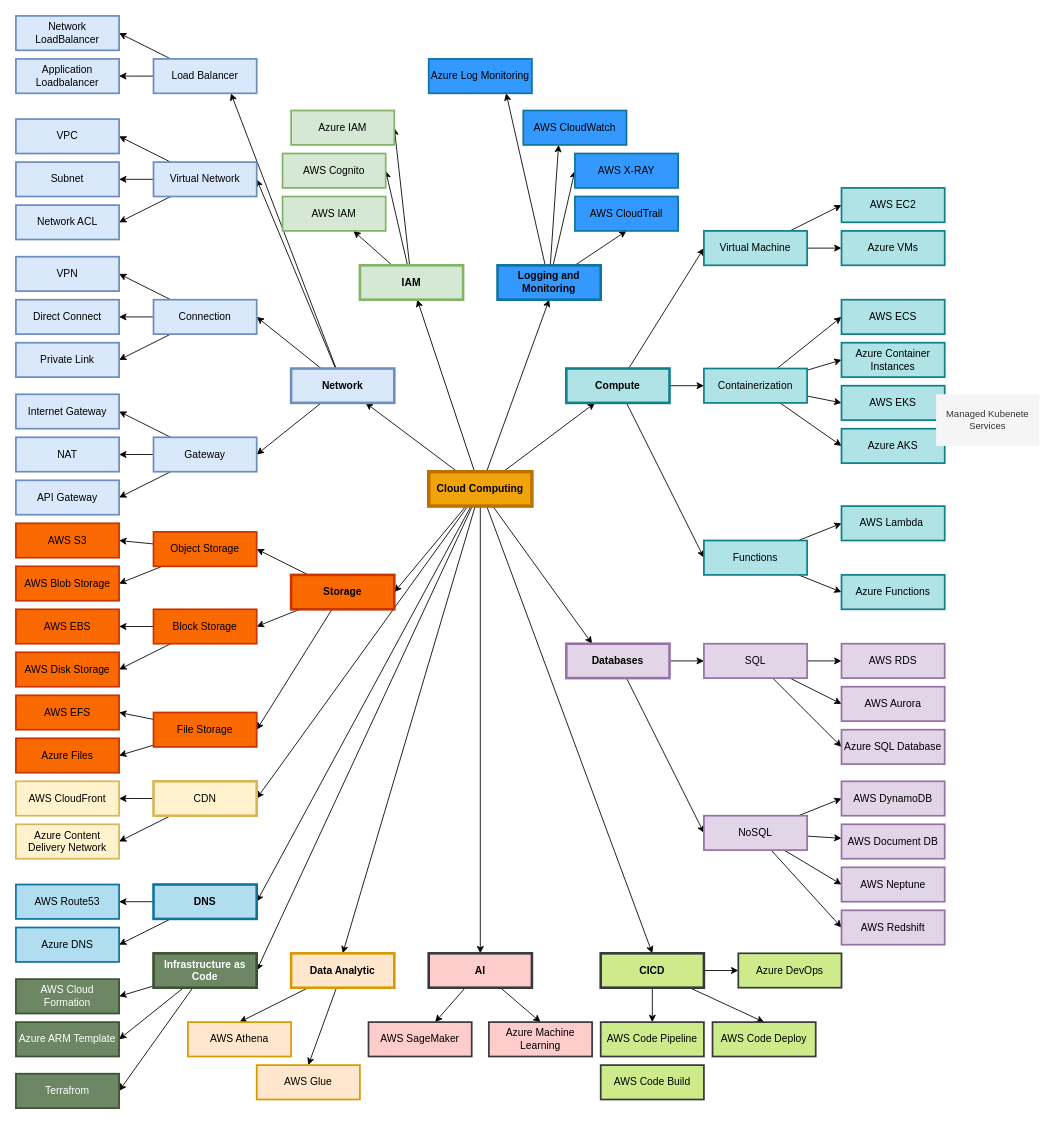
The draw.io diagram page "Cloud Services" (2 of 5) of cloud-computing.drawio in nashtech-vietvuhoang1/cloud-computing-intro, before the edit. Source tidied: cells renumbered, new cells numbered last; positions are measured from the earlier drawing's top-left corner, leaving out a move shared by most shapes. Both pictures are drawn from the tidied source at 86%, with x=0, y=0 at pixel (15, 15).
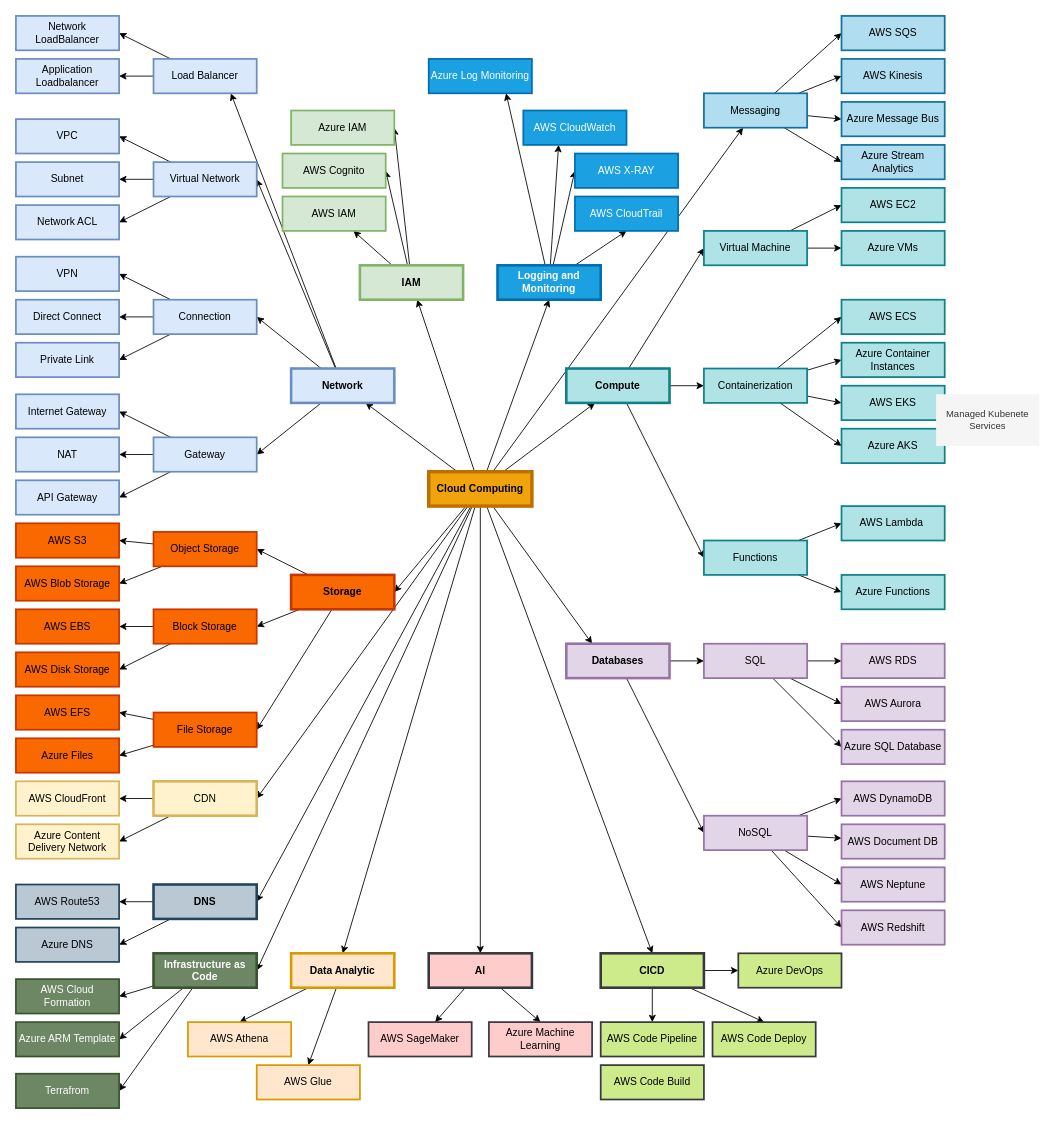
After the change.

Commit message (it also covers changes not shown here):
Update Cloud Services

The change refers to these unchanged cells:
```xml
<mxCell id="14" value="Cloud Computing" style="rounded=0;whiteSpace=wrap;html=1;strokeWidth=4;fillColor=#f0a30a;strokeColor=#BD7000;fontColor=#000000;fontStyle=1;" parent="1" vertex="1">
  <mxGeometry x="480" y="530" width="120" height="40" as="geometry" />
</mxCell>
```

Change to the diagram source:
```diff
@@
+    <mxCell id="159" style="rounded=0;jettySize=auto;html=1;" parent="1" edge="1" source="14" target="164">
+      <mxGeometry relative="1" as="geometry" />
+    </mxCell>
@@
-    <mxCell id="99" value="Logging and Monitoring" style="rounded=0;whiteSpace=wrap;html=1;strokeWidth=3;fillColor=#3399FF;strokeColor=#10739e;fontStyle=1;" parent="1" vertex="1">
+    <mxCell id="99" value="Logging and Monitoring" style="rounded=0;whiteSpace=wrap;html=1;strokeWidth=3;fillColor=#1ba1e2;strokeColor=#006EAF;fontStyle=1;fontColor=#ffffff;" parent="1" vertex="1">
       <mxGeometry x="560" y="290" width="120" height="40" as="geometry" />
     </mxCell>
@@
-    <mxCell id="114" value="Azure Log Monitoring" style="rounded=0;whiteSpace=wrap;html=1;strokeWidth=2;fillColor=#3399FF;strokeColor=#10739e;" parent="1" vertex="1">
+    <mxCell id="114" value="Azure Log Monitoring" style="rounded=0;whiteSpace=wrap;html=1;strokeWidth=2;fillColor=#1ba1e2;strokeColor=#006EAF;fontColor=#ffffff;" parent="1" vertex="1">
       <mxGeometry x="480" y="50" width="120" height="40" as="geometry" />
     </mxCell>
-    <mxCell id="115" value="AWS CloudTrail" style="rounded=0;whiteSpace=wrap;html=1;strokeWidth=2;fillColor=#3399FF;strokeColor=#10739e;" parent="1" vertex="1">
+    <mxCell id="115" value="AWS CloudTrail" style="rounded=0;whiteSpace=wrap;html=1;strokeWidth=2;fillColor=#1ba1e2;strokeColor=#006EAF;fontColor=#ffffff;" parent="1" vertex="1">
       <mxGeometry x="650" y="210" width="120" height="40" as="geometry" />
     </mxCell>
-    <mxCell id="116" value="AWS X-RAY" style="rounded=0;whiteSpace=wrap;html=1;strokeWidth=2;fillColor=#3399FF;strokeColor=#10739e;" parent="1" vertex="1">
+    <mxCell id="116" value="AWS X-RAY" style="rounded=0;whiteSpace=wrap;html=1;strokeWidth=2;fillColor=#1ba1e2;strokeColor=#006EAF;fontColor=#ffffff;" parent="1" vertex="1">
       <mxGeometry x="650" y="160" width="120" height="40" as="geometry" />
     </mxCell>
-    <mxCell id="117" value="AWS CloudWatch" style="rounded=0;whiteSpace=wrap;html=1;strokeWidth=2;fillColor=#3399FF;strokeColor=#10739e;" parent="1" vertex="1">
+    <mxCell id="117" value="AWS CloudWatch" style="rounded=0;whiteSpace=wrap;html=1;strokeWidth=2;fillColor=#1ba1e2;strokeColor=#006EAF;fontColor=#ffffff;" parent="1" vertex="1">
       <mxGeometry x="590" y="110" width="120" height="40" as="geometry" />
     </mxCell>
@@
-    <mxCell id="128" value="DNS" style="rounded=0;whiteSpace=wrap;html=1;strokeWidth=3;fillColor=#b1ddf0;strokeColor=#10739e;fontStyle=1;" parent="1" vertex="1">
+    <mxCell id="128" value="DNS" style="rounded=0;whiteSpace=wrap;html=1;strokeWidth=3;fillColor=#bac8d3;strokeColor=#23445d;fontStyle=1;" parent="1" vertex="1">
       <mxGeometry x="160" y="1010" width="120" height="40" as="geometry" />
     </mxCell>
@@
-    <mxCell id="132" value="AWS Route53" style="rounded=0;whiteSpace=wrap;html=1;strokeWidth=2;fillColor=#b1ddf0;strokeColor=#10739e;" parent="1" vertex="1">
+    <mxCell id="132" value="AWS Route53" style="rounded=0;whiteSpace=wrap;html=1;strokeWidth=2;fillColor=#bac8d3;strokeColor=#23445d;" parent="1" vertex="1">
       <mxGeometry y="1010" width="120" height="40" as="geometry" />
     </mxCell>
-    <mxCell id="133" value="Azure DNS" style="rounded=0;whiteSpace=wrap;html=1;strokeWidth=2;fillColor=#b1ddf0;strokeColor=#10739e;" parent="1" vertex="1">
+    <mxCell id="133" value="Azure DNS" style="rounded=0;whiteSpace=wrap;html=1;strokeWidth=2;fillColor=#bac8d3;strokeColor=#23445d;" parent="1" vertex="1">
       <mxGeometry y="1060" width="120" height="40" as="geometry" />
     </mxCell>
@@
+    <mxCell id="160" style="rounded=0;jettySize=auto;html=1;entryX=0;entryY=0.5;entryDx=0;entryDy=0;" parent="1" edge="1" source="164" target="165">
+      <mxGeometry relative="1" as="geometry" />
+    </mxCell>
+    <mxCell id="161" style="rounded=0;jettySize=auto;html=1;entryX=0;entryY=0.5;entryDx=0;entryDy=0;" parent="1" edge="1" source="164" target="167">
+      <mxGeometry relative="1" as="geometry" />
+    </mxCell>
+    <mxCell id="162" style="rounded=0;jettySize=auto;html=1;entryX=0;entryY=0.5;entryDx=0;entryDy=0;" parent="1" edge="1" source="164" target="166">
+      <mxGeometry relative="1" as="geometry" />
+    </mxCell>
+    <mxCell id="163" style="rounded=0;jettySize=auto;html=1;entryX=0;entryY=0.5;entryDx=0;entryDy=0;" parent="1" edge="1" source="164" target="168">
+      <mxGeometry relative="1" as="geometry" />
+    </mxCell>
+    <mxCell id="164" value="Messaging" style="rounded=0;whiteSpace=wrap;html=1;strokeWidth=2;fillColor=#b1ddf0;strokeColor=#10739e;" parent="1" vertex="1">
+      <mxGeometry x="800" y="90" width="120" height="40" as="geometry" />
+    </mxCell>
+    <mxCell id="165" value="AWS SQS" style="rounded=0;whiteSpace=wrap;html=1;strokeWidth=2;fillColor=#b1ddf0;strokeColor=#10739e;" parent="1" vertex="1">
+      <mxGeometry x="960" width="120" height="40" as="geometry" />
+    </mxCell>
+    <mxCell id="166" value="AWS Kinesis" style="rounded=0;whiteSpace=wrap;html=1;strokeWidth=2;fillColor=#b1ddf0;strokeColor=#10739e;" parent="1" vertex="1">
+      <mxGeometry x="960" y="50" width="120" height="40" as="geometry" />
+    </mxCell>
+    <mxCell id="167" value="Azure Message Bus" style="rounded=0;whiteSpace=wrap;html=1;strokeWidth=2;fillColor=#b1ddf0;strokeColor=#10739e;" parent="1" vertex="1">
+      <mxGeometry x="960" y="100" width="120" height="40" as="geometry" />
+    </mxCell>
+    <mxCell id="168" value="Azure Stream Analytics" style="rounded=0;whiteSpace=wrap;html=1;strokeWidth=2;fillColor=#b1ddf0;strokeColor=#10739e;" parent="1" vertex="1">
+      <mxGeometry x="960" y="150" width="120" height="40" as="geometry" />
+    </mxCell>
```
